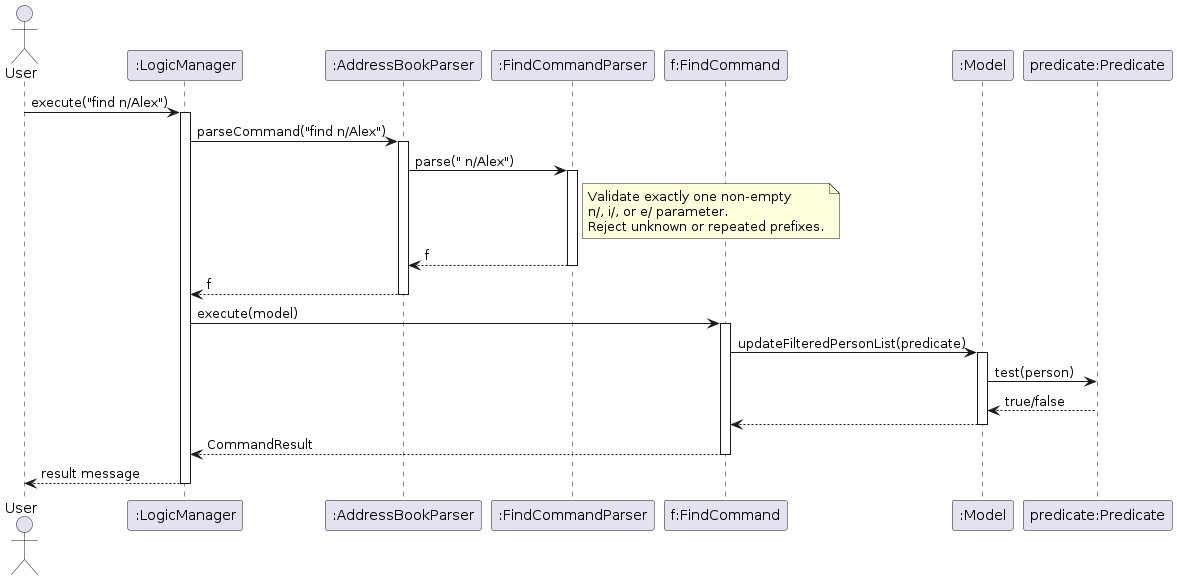
Above: diagrams/FindCommandSequenceDiagram.png in AY2627S1-CS2103T-F12-1/tp (PlantUML), before the change. Its source is kept beside it as diagrams/FindCommandSequenceDiagram.puml. Its diagram source:
```plantuml
@startuml
actor User
participant ":LogicManager" as LogicManager
participant ":AddressBookParser" as AddressBookParser
participant ":FindCommandParser" as FindCommandParser
participant "f:FindCommand" as FindCommand
participant ":Model" as Model
participant "predicate:Predicate" as Predicate

User -> LogicManager : execute("find n/Alex")
activate LogicManager

LogicManager -> AddressBookParser : parseCommand("find n/Alex")
activate AddressBookParser

AddressBookParser -> FindCommandParser : parse(" n/Alex")
activate FindCommandParser
note right of FindCommandParser
Validate exactly one non-empty
n/, i/, or e/ parameter.
Reject unknown or repeated prefixes.
end note
FindCommandParser --> AddressBookParser : f
deactivate FindCommandParser

AddressBookParser --> LogicManager : f
deactivate AddressBookParser

LogicManager -> FindCommand : execute(model)
activate FindCommand

FindCommand -> Model : updateFilteredPersonList(predicate)
activate Model
Model -> Predicate : test(person)
Predicate --> Model : true/false
Model --> FindCommand
deactivate Model

FindCommand --> LogicManager : CommandResult
deactivate FindCommand

LogicManager --> User : result message
deactivate LogicManager
@enduml
```
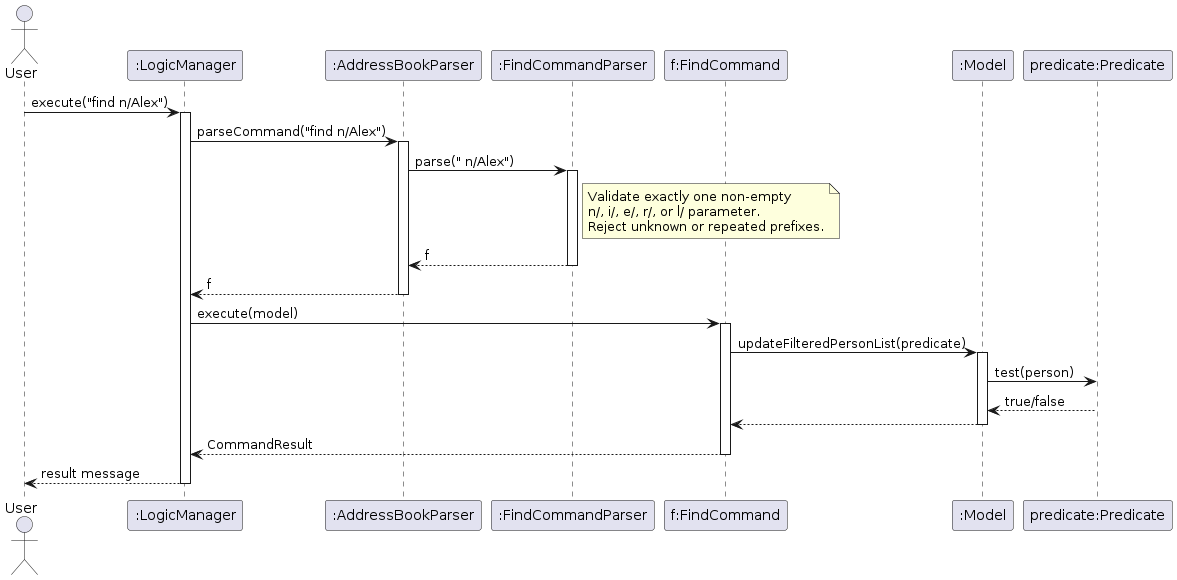
The same file after the commit.

What changed in the source:
```diff
@@ -17,7 +17,7 @@
 activate FindCommandParser
 note right of FindCommandParser
 Validate exactly one non-empty
-n/, i/, or e/ parameter.
+n/, i/, e/, r/, or l/ parameter.
 Reject unknown or repeated prefixes.
 end note
 FindCommandParser --> AddressBookParser : f
```
